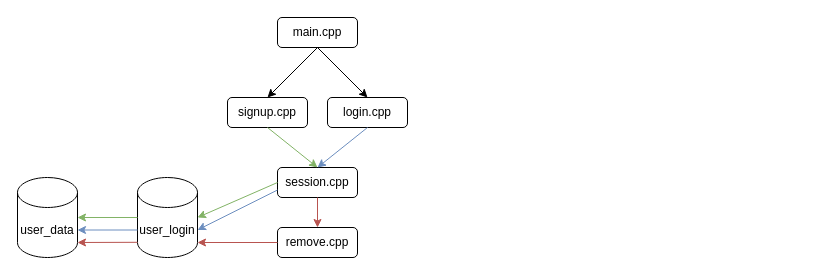
This is projects/concept-ideas/banking-system/src/diagram.drawio from Jcabarus/personal, a draw.io file, before an edit. Source tidied: cells renumbered, new cells numbered last; positions are measured from the earlier drawing's top-left corner, leaving out a move shared by most shapes. Both pictures are drawn from the tidied source at 100%, with x=0, y=0 at pixel (17, 17).
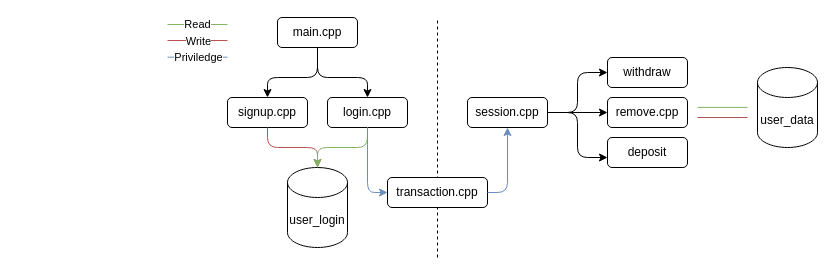
The same page after the edit.

Unchanged cells that the change refers to:
```xml
<mxCell id="4" value="login.cpp" style="rounded=1;whiteSpace=wrap;html=1;" parent="1" vertex="1">
  <mxGeometry x="310" y="80" width="80" height="30" as="geometry" />
</mxCell>
<mxCell id="6" value="main.cpp" style="rounded=1;whiteSpace=wrap;html=1;" parent="1" vertex="1">
  <mxGeometry x="260" width="80" height="30" as="geometry" />
</mxCell>
<mxCell id="7" value="signup.cpp" style="rounded=1;whiteSpace=wrap;html=1;" parent="1" vertex="1">
  <mxGeometry x="210" y="80" width="80" height="30" as="geometry" />
</mxCell>
```

What changed in the source:
```diff
@@
     <mxCell id="2" value="user_data" style="shape=cylinder3;whiteSpace=wrap;html=1;boundedLbl=1;backgroundOutline=1;size=15;" parent="1" vertex="1">
-      <mxGeometry y="160" width="60" height="80" as="geometry" />
+      <mxGeometry x="740" y="50" width="60" height="80" as="geometry" />
     </mxCell>
     <mxCell id="3" value="user_login" style="shape=cylinder3;whiteSpace=wrap;html=1;boundedLbl=1;backgroundOutline=1;size=15;" parent="1" vertex="1">
-      <mxGeometry x="120" y="160" width="60" height="80" as="geometry" />
+      <mxGeometry x="270" y="150" width="60" height="80" as="geometry" />
     </mxCell>
@@
     <mxCell id="5" value="session.cpp" style="rounded=1;whiteSpace=wrap;html=1;" parent="1" vertex="1">
-      <mxGeometry x="260" y="150" width="80" height="30" as="geometry" />
+      <mxGeometry x="450" y="80" width="80" height="30" as="geometry" />
     </mxCell>
@@
     <mxCell id="8" value="remove.cpp" style="rounded=1;whiteSpace=wrap;html=1;" parent="1" vertex="1">
-      <mxGeometry x="260" y="210" width="80" height="30" as="geometry" />
+      <mxGeometry x="590" y="80" width="80" height="30" as="geometry" />
     </mxCell>
-    <mxCell id="9" style="endArrow=classic;html=1;exitX=0.5;exitY=1;exitDx=0;exitDy=0;entryX=0.5;entryY=0;entryDx=0;entryDy=0;strokeColor=#82b366;fillColor=#d5e8d4;" parent="1" edge="1" source="7" target="5">
-      <mxGeometry relative="1" as="geometry" />
-    </mxCell>
-    <mxCell id="10" style="endArrow=classic;html=1;exitX=0;exitY=0.5;exitDx=0;exitDy=0;entryX=1;entryY=0.5;entryDx=0;entryDy=0;strokeColor=#82b366;entryPerimeter=0;fillColor=#d5e8d4;" parent="1" edge="1" source="5" target="3">
-      <mxGeometry relative="1" as="geometry" />
-    </mxCell>
-    <mxCell id="11" style="endArrow=classic;html=1;entryX=1;entryY=0.5;entryDx=0;entryDy=0;strokeColor=#82b366;entryPerimeter=0;fillColor=#d5e8d4;" parent="1" edge="1" target="2">
-      <mxGeometry relative="1" as="geometry">
-        <mxPoint x="120" y="200" as="sourcePoint" />
-      </mxGeometry>
-    </mxCell>
-    <mxCell id="12" style="endArrow=classic;html=1;fillColor=#dae8fc;strokeColor=#6c8ebf;exitX=0.5;exitY=1;exitDx=0;exitDy=0;entryX=0.5;entryY=0;entryDx=0;entryDy=0;" parent="1" edge="1" source="4" target="5">
-      <mxGeometry relative="1" as="geometry" />
-    </mxCell>
-    <mxCell id="13" style="endArrow=classic;html=1;fillColor=#dae8fc;strokeColor=#6c8ebf;exitX=0;exitY=0.75;exitDx=0;exitDy=0;entryX=1;entryY=0;entryDx=0;entryDy=52.5;entryPerimeter=0;" parent="1" edge="1" source="5" target="3">
-      <mxGeometry relative="1" as="geometry" />
-    </mxCell>
-    <mxCell id="14" style="endArrow=classic;html=1;fillColor=#dae8fc;strokeColor=#6c8ebf;exitX=0;exitY=0;exitDx=0;exitDy=52.5;entryX=1;entryY=0;entryDx=0;entryDy=52.5;entryPerimeter=0;exitPerimeter=0;" parent="1" edge="1" source="3" target="2">
-      <mxGeometry relative="1" as="geometry" />
-    </mxCell>
+    <mxCell id="19" style="endArrow=none;dashed=1;html=1;" parent="1" edge="1">
+      <mxGeometry relative="1" as="geometry">
+        <mxPoint x="420" y="240" as="sourcePoint" />
+        <mxPoint x="420" as="targetPoint" />
+      </mxGeometry>
+    </mxCell>
+    <mxCell id="20" style="endArrow=classic;html=1;entryX=0.5;entryY=0;entryDx=0;entryDy=0;exitX=0.5;exitY=1;exitDx=0;exitDy=0;edgeStyle=orthogonalEdgeStyle;" parent="1" edge="1" target="4">
+      <mxGeometry relative="1" as="geometry">
+        <mxPoint x="300" y="30" as="sourcePoint" />
+        <Array as="points">
+          <mxPoint x="300" y="60" />
+          <mxPoint x="350" y="60" />
+        </Array>
+      </mxGeometry>
+    </mxCell>
-    <mxCell id="15" style="endArrow=classic;html=1;exitX=0.5;exitY=1;exitDx=0;exitDy=0;entryX=0.5;entryY=0;entryDx=0;entryDy=0;" parent="1" edge="1" source="6" target="7">
-      <mxGeometry relative="1" as="geometry" />
+    <mxCell id="15" style="endArrow=classic;html=1;entryX=0.5;entryY=0;entryDx=0;entryDy=0;exitX=0.5;exitY=1;exitDx=0;exitDy=0;edgeStyle=orthogonalEdgeStyle;" parent="1" edge="1" source="6" target="7">
+      <mxGeometry relative="1" as="geometry">
+        <Array as="points">
+          <mxPoint x="300" y="60" />
+          <mxPoint x="250" y="60" />
+        </Array>
+      </mxGeometry>
     </mxCell>
-    <mxCell id="16" style="endArrow=classic;html=1;exitX=0.5;exitY=1;exitDx=0;exitDy=0;entryX=0.5;entryY=0;entryDx=0;entryDy=0;" parent="1" edge="1" source="6" target="4">
-      <mxGeometry relative="1" as="geometry" />
-    </mxCell>
+    <mxCell id="21" style="endArrow=classic;html=1;entryX=0.5;entryY=0;entryDx=0;entryDy=0;exitX=0.5;exitY=1;exitDx=0;exitDy=0;entryPerimeter=0;fillColor=#f8cecc;strokeColor=#b85450;edgeStyle=orthogonalEdgeStyle;" parent="1" edge="1" source="7" target="3">
+      <mxGeometry relative="1" as="geometry" />
+    </mxCell>
+    <mxCell id="22" style="endArrow=classic;html=1;entryX=0.5;entryY=0;entryDx=0;entryDy=0;exitX=0.5;exitY=1;exitDx=0;exitDy=0;entryPerimeter=0;fillColor=#d5e8d4;strokeColor=#82b366;edgeStyle=orthogonalEdgeStyle;" parent="1" edge="1" source="4" target="3">
+      <mxGeometry relative="1" as="geometry" />
+    </mxCell>
+    <mxCell id="23" style="endArrow=none;html=1;fillColor=#f8cecc;strokeColor=#b85450;" parent="1" edge="1">
+      <mxGeometry relative="1" as="geometry">
+        <mxPoint x="150" y="23" as="sourcePoint" />
+        <mxPoint x="210" y="23" as="targetPoint" />
+      </mxGeometry>
+    </mxCell>
+    <mxCell id="24" value="Write" style="edgeLabel;html=1;align=center;verticalAlign=middle;" parent="23" vertex="1">
+      <mxGeometry x="0.01" relative="1" as="geometry" />
+    </mxCell>
+    <mxCell id="25" style="endArrow=none;html=1;fillColor=#d5e8d4;strokeColor=#82b366;" parent="1" edge="1">
+      <mxGeometry relative="1" as="geometry">
+        <mxPoint x="150" y="7" as="sourcePoint" />
+        <mxPoint x="210" y="7" as="targetPoint" />
+      </mxGeometry>
+    </mxCell>
+    <mxCell id="26" value="Read" style="edgeLabel;html=1;align=center;verticalAlign=middle;" parent="25" vertex="1">
+      <mxGeometry x="-0.02" y="1" relative="1" as="geometry" />
+    </mxCell>
+    <mxCell id="27" value="withdraw" style="rounded=1;whiteSpace=wrap;html=1;" parent="1" vertex="1">
+      <mxGeometry x="590" y="40" width="80" height="30" as="geometry" />
+    </mxCell>
+    <mxCell id="28" value="deposit" style="rounded=1;whiteSpace=wrap;html=1;" parent="1" vertex="1">
+      <mxGeometry x="590" y="120" width="80" height="30" as="geometry" />
+    </mxCell>
+    <mxCell id="29" style="endArrow=classic;html=1;exitX=1;exitY=0.5;exitDx=0;exitDy=0;entryX=0;entryY=0.5;entryDx=0;entryDy=0;edgeStyle=orthogonalEdgeStyle;" parent="1" edge="1" source="5" target="27">
+      <mxGeometry relative="1" as="geometry" />
+    </mxCell>
+    <mxCell id="30" style="endArrow=classic;html=1;exitX=1;exitY=0.5;exitDx=0;exitDy=0;edgeStyle=orthogonalEdgeStyle;" parent="1" edge="1" source="5">
+      <mxGeometry relative="1" as="geometry">
+        <mxPoint x="590" y="140" as="targetPoint" />
+        <Array as="points">
+          <mxPoint x="560" y="95" />
+          <mxPoint x="560" y="140" />
+        </Array>
+      </mxGeometry>
+    </mxCell>
-    <mxCell id="17" style="endArrow=classic;html=1;fillColor=#f8cecc;strokeColor=#b85450;exitX=0.5;exitY=1;exitDx=0;exitDy=0;entryX=0.5;entryY=0;entryDx=0;entryDy=0;" parent="1" edge="1" source="5" target="8">
+    <mxCell id="17" style="endArrow=classic;html=1;exitX=1;exitY=0.5;exitDx=0;exitDy=0;entryX=0;entryY=0.5;entryDx=0;entryDy=0;" parent="1" edge="1" source="5" target="8">
       <mxGeometry relative="1" as="geometry" />
     </mxCell>
-    <mxCell id="18" style="endArrow=classic;html=1;fillColor=#f8cecc;strokeColor=#b85450;entryX=1;entryY=1;entryDx=0;entryDy=-15;exitX=0;exitY=0.5;exitDx=0;exitDy=0;entryPerimeter=0;" parent="1" edge="1" source="8" target="3">
-      <mxGeometry relative="1" as="geometry" />
-    </mxCell>
-    <mxCell id="19" style="endArrow=classic;html=1;fillColor=#f8cecc;strokeColor=#b85450;entryX=1;entryY=1;entryDx=0;entryDy=-15;exitX=0;exitY=0.5;exitDx=0;exitDy=0;entryPerimeter=0;" parent="1" edge="1" target="2">
-      <mxGeometry relative="1" as="geometry">
-        <mxPoint x="120" y="224.8" as="sourcePoint" />
-      </mxGeometry>
-    </mxCell>
+    <mxCell id="31" style="endArrow=none;html=1;fillColor=#d5e8d4;strokeColor=#82b366;" parent="1" edge="1">
+      <mxGeometry relative="1" as="geometry">
+        <mxPoint x="680" y="89.9" as="sourcePoint" />
+        <mxPoint x="730" y="89.9" as="targetPoint" />
+      </mxGeometry>
+    </mxCell>
+    <mxCell id="32" style="endArrow=none;html=1;fillColor=#f8cecc;strokeColor=#b85450;" parent="1" edge="1">
+      <mxGeometry relative="1" as="geometry">
+        <mxPoint x="680" y="100" as="sourcePoint" />
+        <mxPoint x="730" y="100" as="targetPoint" />
+      </mxGeometry>
+    </mxCell>
+    <mxCell id="33" value="transaction.cpp" style="rounded=1;whiteSpace=wrap;html=1;" parent="1" vertex="1">
+      <mxGeometry x="370" y="160" width="100" height="30" as="geometry" />
+    </mxCell>
+    <mxCell id="34" style="endArrow=none;html=1;fillColor=#dae8fc;strokeColor=#6c8ebf;" parent="1" edge="1">
+      <mxGeometry relative="1" as="geometry">
+        <mxPoint x="150" y="39.7" as="sourcePoint" />
+        <mxPoint x="210" y="39.7" as="targetPoint" />
+      </mxGeometry>
+    </mxCell>
+    <mxCell id="35" value="Priviledge" style="edgeLabel;html=1;align=center;verticalAlign=middle;" parent="34" vertex="1">
+      <mxGeometry x="0.01" relative="1" as="geometry" />
+    </mxCell>
+    <mxCell id="36" style="endArrow=classic;html=1;fillColor=#dae8fc;strokeColor=#6c8ebf;edgeStyle=orthogonalEdgeStyle;entryX=0;entryY=0.5;entryDx=0;entryDy=0;" parent="1" edge="1" target="33">
+      <mxGeometry relative="1" as="geometry">
+        <mxPoint x="350" y="110" as="sourcePoint" />
+        <Array as="points">
+          <mxPoint x="350" y="175" />
+        </Array>
+      </mxGeometry>
+    </mxCell>
+    <mxCell id="37" style="endArrow=classic;html=1;fillColor=#dae8fc;strokeColor=#6c8ebf;edgeStyle=orthogonalEdgeStyle;exitX=1;exitY=0.5;exitDx=0;exitDy=0;entryX=0.5;entryY=1;entryDx=0;entryDy=0;" parent="1" edge="1" source="33" target="5">
+      <mxGeometry relative="1" as="geometry">
+        <Array as="points">
+          <mxPoint x="490" y="175" />
+        </Array>
+      </mxGeometry>
+    </mxCell>
```
